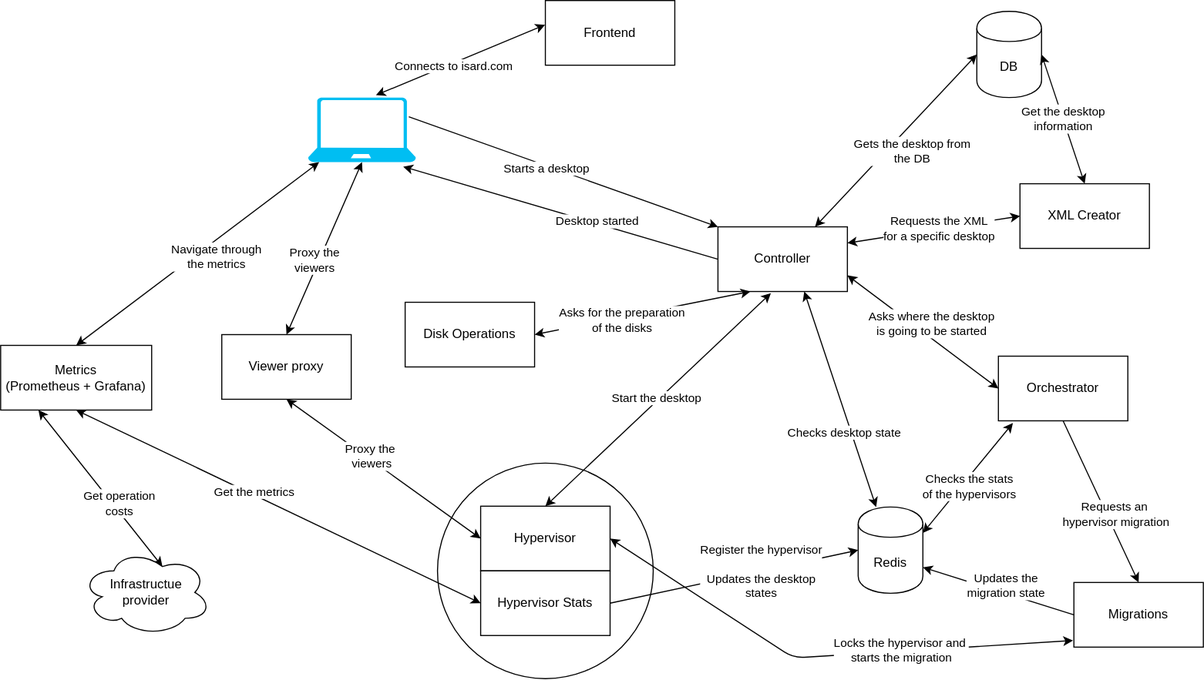
isard-vdi/isard keeps this draw.io diagram as architecture.drawio.svg. Above is the earlier version. Source tidied: cells renumbered, new cells last; positions are measured from the earlier drawing's top-left corner, leaving out a move shared by most shapes. The source it was exported from:
```xml
<mxGraphModel>
  <root>
    <mxCell id="0" />
    <mxCell id="1" parent="0" />
    <mxCell id="2" value="Controller" style="rounded=0;whiteSpace=wrap;html=1;" parent="1" vertex="1">
      <mxGeometry x="665" y="210" width="120" height="60" as="geometry" />
    </mxCell>
    <mxCell id="3" value="Redis" style="shape=cylinder;whiteSpace=wrap;html=1;boundedLbl=1;backgroundOutline=1;" parent="1" vertex="1">
      <mxGeometry x="795" y="470" width="60" height="80" as="geometry" />
    </mxCell>
    <mxCell id="4" style="endArrow=classic;startArrow=classic;html=1;" parent="1" edge="1" target="3">
      <mxGeometry relative="1" as="geometry">
        <mxPoint x="745" y="270" as="sourcePoint" />
      </mxGeometry>
    </mxCell>
    <mxCell id="5" value="Checks desktop state" style="edgeLabel;html=1;align=center;verticalAlign=middle;" parent="4" vertex="1">
      <mxGeometry x="0.23" y="-1" relative="1" as="geometry">
        <mxPoint x="-3.6" y="7" as="offset" />
      </mxGeometry>
    </mxCell>
    <mxCell id="6" value="Orchestrator" style="rounded=0;whiteSpace=wrap;html=1;" parent="1" vertex="1">
      <mxGeometry x="925" y="330" width="120" height="60" as="geometry" />
    </mxCell>
    <mxCell id="7" style="endArrow=classic;startArrow=classic;html=1;exitX=1;exitY=0.75;exitDx=0;exitDy=0;entryX=0;entryY=0.5;entryDx=0;entryDy=0;" parent="1" edge="1" source="2" target="6">
      <mxGeometry relative="1" as="geometry" />
    </mxCell>
    <mxCell id="8" value="Asks where the desktop&lt;br&gt;is going to be started" style="edgeLabel;html=1;align=center;verticalAlign=middle;" parent="7" vertex="1">
      <mxGeometry x="-0.18" y="2" relative="1" as="geometry">
        <mxPoint x="19.5" y="3.6" as="offset" />
      </mxGeometry>
    </mxCell>
    <mxCell id="9" value="XML Creator" style="rounded=0;whiteSpace=wrap;html=1;" parent="1" vertex="1">
      <mxGeometry x="945" y="170" width="120" height="60" as="geometry" />
    </mxCell>
    <mxCell id="10" style="endArrow=classic;startArrow=classic;html=1;exitX=1;exitY=0.25;exitDx=0;exitDy=0;entryX=0;entryY=0.5;entryDx=0;entryDy=0;" parent="1" edge="1" source="2" target="9">
      <mxGeometry relative="1" as="geometry" />
    </mxCell>
    <mxCell id="11" value="Requests the XML&lt;br&gt;for a specific desktop" style="edgeLabel;html=1;align=center;verticalAlign=middle;" parent="10" vertex="1">
      <mxGeometry x="-0.15" y="-1" relative="1" as="geometry">
        <mxPoint x="16" y="-3.9" as="offset" />
      </mxGeometry>
    </mxCell>
    <mxCell id="12" value="DB" style="shape=cylinder;whiteSpace=wrap;html=1;boundedLbl=1;backgroundOutline=1;" parent="1" vertex="1">
      <mxGeometry x="905" y="10" width="60" height="80" as="geometry" />
    </mxCell>
    <mxCell id="13" style="endArrow=classic;startArrow=classic;html=1;entryX=0;entryY=0.5;entryDx=0;entryDy=0;" parent="1" edge="1" target="12">
      <mxGeometry relative="1" as="geometry">
        <mxPoint x="755" y="210" as="sourcePoint" />
      </mxGeometry>
    </mxCell>
    <mxCell id="14" value="Gets the desktop from&lt;br&gt;the DB" style="edgeLabel;html=1;align=center;verticalAlign=middle;" parent="13" vertex="1">
      <mxGeometry x="-0.32" y="1" relative="1" as="geometry">
        <mxPoint x="39.7" y="-14.8" as="offset" />
      </mxGeometry>
    </mxCell>
    <mxCell id="15" style="endArrow=classic;startArrow=classic;html=1;exitX=1;exitY=0.5;exitDx=0;exitDy=0;entryX=0.5;entryY=0;entryDx=0;entryDy=0;" parent="1" edge="1" source="12" target="9">
      <mxGeometry relative="1" as="geometry" />
    </mxCell>
    <mxCell id="16" value="Get the desktop&lt;br&gt;information" style="edgeLabel;html=1;align=center;verticalAlign=middle;" parent="15" vertex="1">
      <mxGeometry x="-0.38" relative="1" as="geometry">
        <mxPoint x="7.3" y="22.1" as="offset" />
      </mxGeometry>
    </mxCell>
    <mxCell id="17" value="Disk Operations" style="rounded=0;whiteSpace=wrap;html=1;" parent="1" vertex="1">
      <mxGeometry x="375" y="280" width="120" height="60" as="geometry" />
    </mxCell>
    <mxCell id="18" style="endArrow=classic;startArrow=classic;html=1;entryX=0.25;entryY=1;entryDx=0;entryDy=0;exitX=1;exitY=0.5;exitDx=0;exitDy=0;" parent="1" edge="1" source="17" target="2">
      <mxGeometry relative="1" as="geometry" />
    </mxCell>
    <mxCell id="19" value="Asks for the preparation&lt;br&gt;of the disks" style="edgeLabel;html=1;align=center;verticalAlign=middle;" parent="18" vertex="1">
      <mxGeometry x="-0.2" y="-3" relative="1" as="geometry" />
    </mxCell>
    <mxCell id="20" style="endArrow=classic;startArrow=classic;html=1;exitX=1;exitY=0.3;exitDx=0;exitDy=0;entryX=0.112;entryY=1.034;entryDx=0;entryDy=0;entryPerimeter=0;" parent="1" edge="1" source="3" target="6">
      <mxGeometry relative="1" as="geometry" />
    </mxCell>
    <mxCell id="21" value="Checks the stats&lt;br&gt;of the hypervisors" style="edgeLabel;html=1;align=center;verticalAlign=middle;" parent="20" vertex="1">
      <mxGeometry x="-0.29" y="4" relative="1" as="geometry">
        <mxPoint x="16.7" y="-4.2" as="offset" />
      </mxGeometry>
    </mxCell>
    <mxCell id="22" style="ellipse;whiteSpace=wrap;html=1;" parent="1" vertex="1">
      <mxGeometry x="405" y="429.2" width="200" height="200" as="geometry" />
    </mxCell>
    <mxCell id="23" value="Hypervisor" style="rounded=0;whiteSpace=wrap;html=1;" parent="1" vertex="1">
      <mxGeometry x="445" y="469.2" width="120" height="60" as="geometry" />
    </mxCell>
    <mxCell id="24" style="endArrow=classic;startArrow=classic;html=1;exitX=0.5;exitY=0;exitDx=0;exitDy=0;entryX=0.409;entryY=1.025;entryDx=0;entryDy=0;entryPerimeter=0;" parent="1" edge="1" source="23" target="2">
      <mxGeometry relative="1" as="geometry" />
    </mxCell>
    <mxCell id="25" value="Start the desktop" style="edgeLabel;html=1;align=center;verticalAlign=middle;" parent="24" vertex="1">
      <mxGeometry x="-0.3" y="-2" relative="1" as="geometry">
        <mxPoint x="28.3" y="-32.5" as="offset" />
      </mxGeometry>
    </mxCell>
    <mxCell id="26" style="endArrow=classic;html=1;exitX=1;exitY=0.5;exitDx=0;exitDy=0;entryX=0;entryY=0.5;entryDx=0;entryDy=0;" parent="1" edge="1" source="28" target="3">
      <mxGeometry relative="1" as="geometry" />
    </mxCell>
    <mxCell id="27" value="Register the hypervisor&lt;br&gt;&lt;br&gt;Updates the desktop&lt;br&gt;states" style="edgeLabel;html=1;align=center;verticalAlign=middle;" parent="26" vertex="1">
      <mxGeometry x="-0.17" y="-1" relative="1" as="geometry">
        <mxPoint x="44.1" y="-10.5" as="offset" />
      </mxGeometry>
    </mxCell>
    <mxCell id="28" value="Hypervisor Stats" style="rounded=0;whiteSpace=wrap;html=1;" parent="1" vertex="1">
      <mxGeometry x="445" y="529.2" width="120" height="60" as="geometry" />
    </mxCell>
    <mxCell id="29" value="Migrations" style="rounded=0;whiteSpace=wrap;html=1;" parent="1" vertex="1">
      <mxGeometry x="995" y="540" width="120" height="60" as="geometry" />
    </mxCell>
    <mxCell id="30" style="endArrow=classic;html=1;exitX=0.5;exitY=1;exitDx=0;exitDy=0;entryX=0.5;entryY=0;entryDx=0;entryDy=0;" parent="1" edge="1" source="6" target="29">
      <mxGeometry relative="1" as="geometry" />
    </mxCell>
    <mxCell id="31" value="Requests an&amp;nbsp;&lt;br&gt;hypervisor migration" style="edgeLabel;html=1;align=center;verticalAlign=middle;" parent="30" vertex="1">
      <mxGeometry x="-0.19" y="1" relative="1" as="geometry">
        <mxPoint x="19" y="26.6" as="offset" />
      </mxGeometry>
    </mxCell>
    <mxCell id="32" style="endArrow=classic;html=1;exitX=0;exitY=0.5;exitDx=0;exitDy=0;entryX=1;entryY=0.7;entryDx=0;entryDy=0;" parent="1" edge="1" source="29" target="3">
      <mxGeometry relative="1" as="geometry" />
    </mxCell>
    <mxCell id="33" value="Updates the&lt;br&gt;migration state" style="edgeLabel;html=1;align=center;verticalAlign=middle;" parent="32" vertex="1">
      <mxGeometry x="0.35" y="-2" relative="1" as="geometry">
        <mxPoint x="31" y="4.2" as="offset" />
      </mxGeometry>
    </mxCell>
    <mxCell id="34" style="endArrow=classic;startArrow=classic;html=1;exitX=1;exitY=0.5;exitDx=0;exitDy=0;entryX=-0.007;entryY=0.898;entryDx=0;entryDy=0;entryPerimeter=0;" parent="1" edge="1" source="23" target="29">
      <mxGeometry relative="1" as="geometry">
        <Array as="points">
          <mxPoint x="735" y="610" />
        </Array>
      </mxGeometry>
    </mxCell>
    <mxCell id="35" value="Locks the hypervisor and&amp;nbsp;&lt;br&gt;starts the migration" style="edgeLabel;html=1;align=center;verticalAlign=middle;" parent="34" vertex="1">
      <mxGeometry x="0.25" y="2" relative="1" as="geometry">
        <mxPoint x="14.8" as="offset" />
      </mxGeometry>
    </mxCell>
    <mxCell id="36" value="Frontend" style="rounded=0;whiteSpace=wrap;html=1;" parent="1" vertex="1">
      <mxGeometry x="505" width="120" height="60" as="geometry" />
    </mxCell>
    <mxCell id="37" style="endArrow=classic;startArrow=classic;html=1;entryX=-0.002;entryY=0.376;entryDx=0;entryDy=0;entryPerimeter=0;exitX=0.629;exitY=-0.036;exitDx=0;exitDy=0;exitPerimeter=0;" parent="1" edge="1" source="43" target="36">
      <mxGeometry relative="1" as="geometry" />
    </mxCell>
    <mxCell id="38" value="Connects to isard.com" style="edgeLabel;html=1;align=center;verticalAlign=middle;" parent="37" vertex="1">
      <mxGeometry x="-0.38" relative="1" as="geometry">
        <mxPoint x="23.2" y="-6.7" as="offset" />
      </mxGeometry>
    </mxCell>
    <mxCell id="39" style="endArrow=classic;html=1;entryX=0;entryY=0;entryDx=0;entryDy=0;exitX=0.934;exitY=0.297;exitDx=0;exitDy=0;exitPerimeter=0;" parent="1" edge="1" source="43" target="2">
      <mxGeometry relative="1" as="geometry" />
    </mxCell>
    <mxCell id="40" value="Starts a desktop" style="edgeLabel;html=1;align=center;verticalAlign=middle;" parent="39" vertex="1">
      <mxGeometry x="-0.11" y="-2" relative="1" as="geometry" />
    </mxCell>
    <mxCell id="41" style="endArrow=classic;html=1;exitX=0;exitY=0.5;exitDx=0;exitDy=0;entryX=0.882;entryY=1.069;entryDx=0;entryDy=0;entryPerimeter=0;" parent="1" edge="1" source="2" target="43">
      <mxGeometry relative="1" as="geometry" />
    </mxCell>
    <mxCell id="42" value="Desktop started" style="edgeLabel;html=1;align=center;verticalAlign=middle;" parent="41" vertex="1">
      <mxGeometry x="-0.23" y="-2" relative="1" as="geometry" />
    </mxCell>
    <mxCell id="43" style="verticalLabelPosition=bottom;html=1;verticalAlign=top;align=center;strokeColor=none;fillColor=#00BEF2;shape=mxgraph.azure.laptop;" parent="1" vertex="1">
      <mxGeometry x="285" y="90" width="100" height="60" as="geometry" />
    </mxCell>
    <mxCell id="44" value="Metrics&lt;br&gt;(Prometheus + Grafana)" style="rounded=0;whiteSpace=wrap;html=1;" parent="1" vertex="1">
      <mxGeometry y="320" width="140" height="60" as="geometry" />
    </mxCell>
    <mxCell id="45" style="endArrow=classic;startArrow=classic;html=1;exitX=0.5;exitY=1;exitDx=0;exitDy=0;entryX=0;entryY=0.5;entryDx=0;entryDy=0;" parent="1" edge="1" source="44" target="28">
      <mxGeometry relative="1" as="geometry" />
    </mxCell>
    <mxCell id="46" value="Get the metrics" style="edgeLabel;html=1;align=center;verticalAlign=middle;" parent="45" vertex="1">
      <mxGeometry x="-0.13" y="3" relative="1" as="geometry" />
    </mxCell>
    <mxCell id="47" style="endArrow=classic;startArrow=classic;html=1;entryX=0.5;entryY=0;entryDx=0;entryDy=0;" parent="1" edge="1" source="43" target="44">
      <mxGeometry relative="1" as="geometry" />
    </mxCell>
    <mxCell id="48" value="Navigate through&lt;br&gt;the metrics" style="edgeLabel;html=1;align=center;verticalAlign=middle;" parent="47" vertex="1">
      <mxGeometry x="-0.18" y="-4" relative="1" as="geometry">
        <mxPoint y="21" as="offset" />
      </mxGeometry>
    </mxCell>
    <mxCell id="49" style="endArrow=classic;startArrow=classic;html=1;entryX=0.25;entryY=1;entryDx=0;entryDy=0;exitX=0.625;exitY=0.2;exitDx=0;exitDy=0;exitPerimeter=0;" parent="1" edge="1" source="51" target="44">
      <mxGeometry relative="1" as="geometry" />
    </mxCell>
    <mxCell id="50" value="Get operation&lt;br&gt;costs" style="edgeLabel;html=1;align=center;verticalAlign=middle;" parent="49" vertex="1">
      <mxGeometry x="-0.29" relative="1" as="geometry">
        <mxPoint x="0.4" y="-7.6" as="offset" />
      </mxGeometry>
    </mxCell>
    <mxCell id="51" value="Infrastructue&lt;br&gt;provider" style="ellipse;shape=cloud;whiteSpace=wrap;html=1;" parent="1" vertex="1">
      <mxGeometry x="75" y="509.2" width="120" height="80" as="geometry" />
    </mxCell>
    <mxCell id="52" value="Viewer proxy" style="rounded=0;whiteSpace=wrap;html=1;" parent="1" vertex="1">
      <mxGeometry x="205" y="310" width="120" height="60" as="geometry" />
    </mxCell>
    <mxCell id="53" style="endArrow=classic;startArrow=classic;html=1;exitX=0;exitY=0.5;exitDx=0;exitDy=0;entryX=0.5;entryY=1;entryDx=0;entryDy=0;" parent="1" edge="1" source="23" target="52">
      <mxGeometry relative="1" as="geometry" />
    </mxCell>
    <mxCell id="54" value="Proxy the&amp;nbsp;&lt;br&gt;viewers" style="edgeLabel;html=1;align=center;verticalAlign=middle;" parent="53" vertex="1">
      <mxGeometry x="0.14" y="-3" relative="1" as="geometry" />
    </mxCell>
    <mxCell id="55" style="endArrow=classic;startArrow=classic;html=1;exitX=0.5;exitY=0;exitDx=0;exitDy=0;entryX=0.5;entryY=1;entryDx=0;entryDy=0;entryPerimeter=0;" parent="1" edge="1" source="52" target="43">
      <mxGeometry relative="1" as="geometry" />
    </mxCell>
    <mxCell id="56" value="Proxy the&lt;br&gt;viewers" style="edgeLabel;html=1;align=center;verticalAlign=middle;" parent="55" vertex="1">
      <mxGeometry x="-0.16" y="4" relative="1" as="geometry" />
    </mxCell>
  </root>
</mxGraphModel>
```
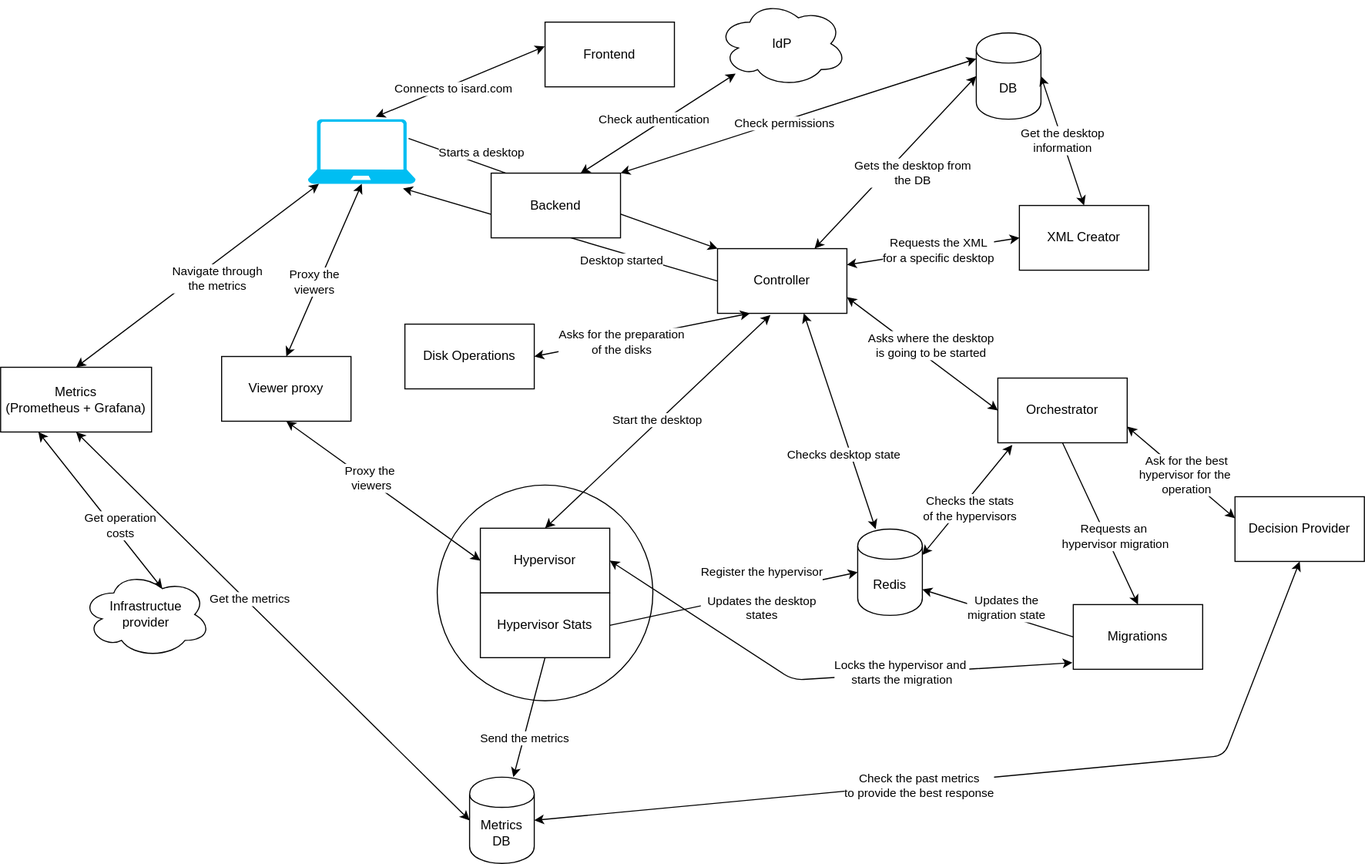
Later version of the same file.

What changed in the source:
```diff
@@ -149,13 +149,17 @@
       <mxGeometry relative="1" as="geometry" />
     </mxCell>
     <mxCell id="40" value="Starts a desktop" style="edgeLabel;html=1;align=center;verticalAlign=middle;" parent="39" vertex="1">
-      <mxGeometry x="-0.11" y="-2" relative="1" as="geometry" />
+      <mxGeometry x="-0.11" y="-2" relative="1" as="geometry">
+        <mxPoint x="-60.7" y="-35.3" as="offset" />
+      </mxGeometry>
     </mxCell>
     <mxCell id="41" style="endArrow=classic;html=1;exitX=0;exitY=0.5;exitDx=0;exitDy=0;entryX=0.882;entryY=1.069;entryDx=0;entryDy=0;entryPerimeter=0;" parent="1" edge="1" source="2" target="43">
       <mxGeometry relative="1" as="geometry" />
     </mxCell>
     <mxCell id="42" value="Desktop started" style="edgeLabel;html=1;align=center;verticalAlign=middle;" parent="41" vertex="1">
-      <mxGeometry x="-0.23" y="-2" relative="1" as="geometry" />
+      <mxGeometry x="-0.23" y="-2" relative="1" as="geometry">
+        <mxPoint x="22.2" y="15.1" as="offset" />
+      </mxGeometry>
     </mxCell>
     <mxCell id="43" style="verticalLabelPosition=bottom;html=1;verticalAlign=top;align=center;strokeColor=none;fillColor=#00BEF2;shape=mxgraph.azure.laptop;" parent="1" vertex="1">
       <mxGeometry x="285" y="90" width="100" height="60" as="geometry" />
@@ -163,7 +167,7 @@
     <mxCell id="44" value="Metrics&lt;br&gt;(Prometheus + Grafana)" style="rounded=0;whiteSpace=wrap;html=1;" parent="1" vertex="1">
       <mxGeometry y="320" width="140" height="60" as="geometry" />
     </mxCell>
-    <mxCell id="45" style="endArrow=classic;startArrow=classic;html=1;exitX=0.5;exitY=1;exitDx=0;exitDy=0;entryX=0;entryY=0.5;entryDx=0;entryDy=0;" parent="1" edge="1" source="44" target="28">
+    <mxCell id="45" style="endArrow=classic;startArrow=classic;html=1;exitX=0.5;exitY=1;exitDx=0;exitDy=0;entryX=0;entryY=0.5;entryDx=0;entryDy=0;" parent="1" edge="1" source="44" target="63">
       <mxGeometry relative="1" as="geometry" />
     </mxCell>
     <mxCell id="46" value="Get the metrics" style="edgeLabel;html=1;align=center;verticalAlign=middle;" parent="45" vertex="1">
@@ -203,5 +207,55 @@
     <mxCell id="56" value="Proxy the&lt;br&gt;viewers" style="edgeLabel;html=1;align=center;verticalAlign=middle;" parent="55" vertex="1">
       <mxGeometry x="-0.16" y="4" relative="1" as="geometry" />
     </mxCell>
+    <mxCell id="57" value="Backend" style="rounded=0;whiteSpace=wrap;html=1;" parent="1" vertex="1">
+      <mxGeometry x="455" y="140" width="120" height="60" as="geometry" />
+    </mxCell>
+    <mxCell id="58" style="endArrow=classic;startArrow=classic;html=1;exitX=1;exitY=0;exitDx=0;exitDy=0;entryX=0;entryY=0.3;entryDx=0;entryDy=0;" parent="1" edge="1" source="57" target="12">
+      <mxGeometry relative="1" as="geometry" />
+    </mxCell>
+    <mxCell id="59" value="Check permissions" style="edgeLabel;html=1;align=center;verticalAlign=middle;" parent="58" vertex="1">
+      <mxGeometry x="-0.08" y="-2" relative="1" as="geometry" />
+    </mxCell>
+    <mxCell id="60" value="IdP" style="ellipse;shape=cloud;whiteSpace=wrap;html=1;" parent="1" vertex="1">
+      <mxGeometry x="665" y="-20" width="120" height="80" as="geometry" />
+    </mxCell>
+    <mxCell id="61" style="endArrow=classic;startArrow=classic;html=1;exitX=0.69;exitY=0.006;exitDx=0;exitDy=0;exitPerimeter=0;" parent="1" edge="1" source="57" target="60">
+      <mxGeometry relative="1" as="geometry" />
+    </mxCell>
+    <mxCell id="62" value="Check authentication" style="edgeLabel;html=1;align=center;verticalAlign=middle;" parent="61" vertex="1">
+      <mxGeometry x="-0.1" y="-4" relative="1" as="geometry">
+        <mxPoint x="0.6" y="-12.3" as="offset" />
+      </mxGeometry>
+    </mxCell>
+    <mxCell id="63" value="Metrics DB" style="shape=cylinder;whiteSpace=wrap;html=1;boundedLbl=1;backgroundOutline=1;" parent="1" vertex="1">
+      <mxGeometry x="435" y="700" width="60" height="80" as="geometry" />
+    </mxCell>
+    <mxCell id="64" style="endArrow=classic;html=1;exitX=0.5;exitY=1;exitDx=0;exitDy=0;" parent="1" edge="1" source="28" target="63">
+      <mxGeometry relative="1" as="geometry" />
+    </mxCell>
+    <mxCell id="65" value="Send the metrics" style="edgeLabel;html=1;align=center;verticalAlign=middle;" parent="64" vertex="1">
+      <mxGeometry x="0.35" relative="1" as="geometry" />
+    </mxCell>
+    <mxCell id="66" value="Decision Provider" style="rounded=0;whiteSpace=wrap;html=1;" parent="1" vertex="1">
+      <mxGeometry x="1145" y="440" width="120" height="60" as="geometry" />
+    </mxCell>
+    <mxCell id="67" style="endArrow=classic;startArrow=classic;html=1;exitX=1;exitY=0.75;exitDx=0;exitDy=0;entryX=0;entryY=0.333;entryDx=0;entryDy=0;entryPerimeter=0;" parent="1" edge="1" source="6" target="66">
+      <mxGeometry relative="1" as="geometry" />
+    </mxCell>
+    <mxCell id="68" value="Ask for the best&lt;br&gt;hypervisor for the&amp;nbsp;&lt;br&gt;operation" style="edgeLabel;html=1;align=center;verticalAlign=middle;" parent="67" vertex="1">
+      <mxGeometry x="-0.27" y="2" relative="1" as="geometry">
+        <mxPoint x="16.4" y="15.4" as="offset" />
+      </mxGeometry>
+    </mxCell>
+    <mxCell id="69" style="endArrow=classic;startArrow=classic;html=1;entryX=0.5;entryY=1;entryDx=0;entryDy=0;exitX=1;exitY=0.5;exitDx=0;exitDy=0;" parent="1" edge="1" source="63" target="66">
+      <mxGeometry relative="1" as="geometry">
+        <Array as="points">
+          <mxPoint x="1135" y="680" />
+        </Array>
+      </mxGeometry>
+    </mxCell>
+    <mxCell id="70" value="Check the past metrics&lt;br&gt;to provide the best response" style="edgeLabel;html=1;align=center;verticalAlign=middle;" parent="69" vertex="1">
+      <mxGeometry x="-0.14" y="-1" relative="1" as="geometry" />
+    </mxCell>
   </root>
 </mxGraphModel>
```
